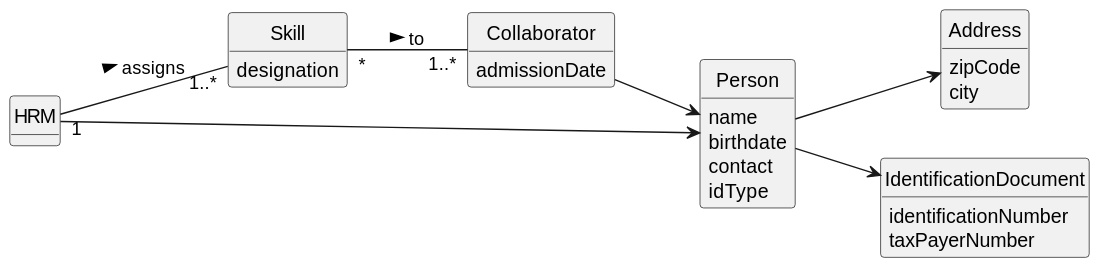
Above: docs/sprintA/us004/02.analysis/svg/us004-domain-model.svg in ricardomm7/leaflink (PlantUML), before the change.
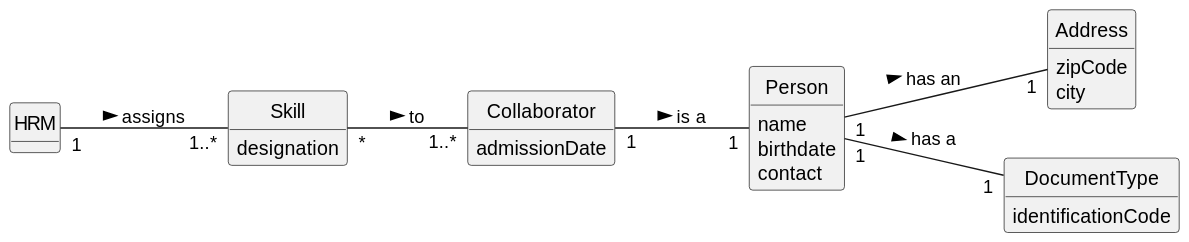
After the commit.

What changed in the source:
```diff
@@ -24,7 +24,6 @@
     name
     birthdate
     contact
-    idType
 }
 
 class Address{
@@ -32,16 +31,14 @@
     city
 }
 
-class IdentificationDocument{
-  identificationNumber
-  taxPayerNumber
+class DocumentType{
+  identificationCode
 }
 
-Person --> Address
+Person "1"--"1" Address: has an >
 HRM "1" -- "1..*" Skill : assigns >
-HRM  -->  Person
-Collaborator  -->  Person
-Person  -->  IdentificationDocument
+Collaborator  "1"--"1"  Person: is a >
+Person  "1"--"1"  DocumentType: has a >
 
 Skill "*" -- "1..*" Collaborator : to >
 @enduml
```
